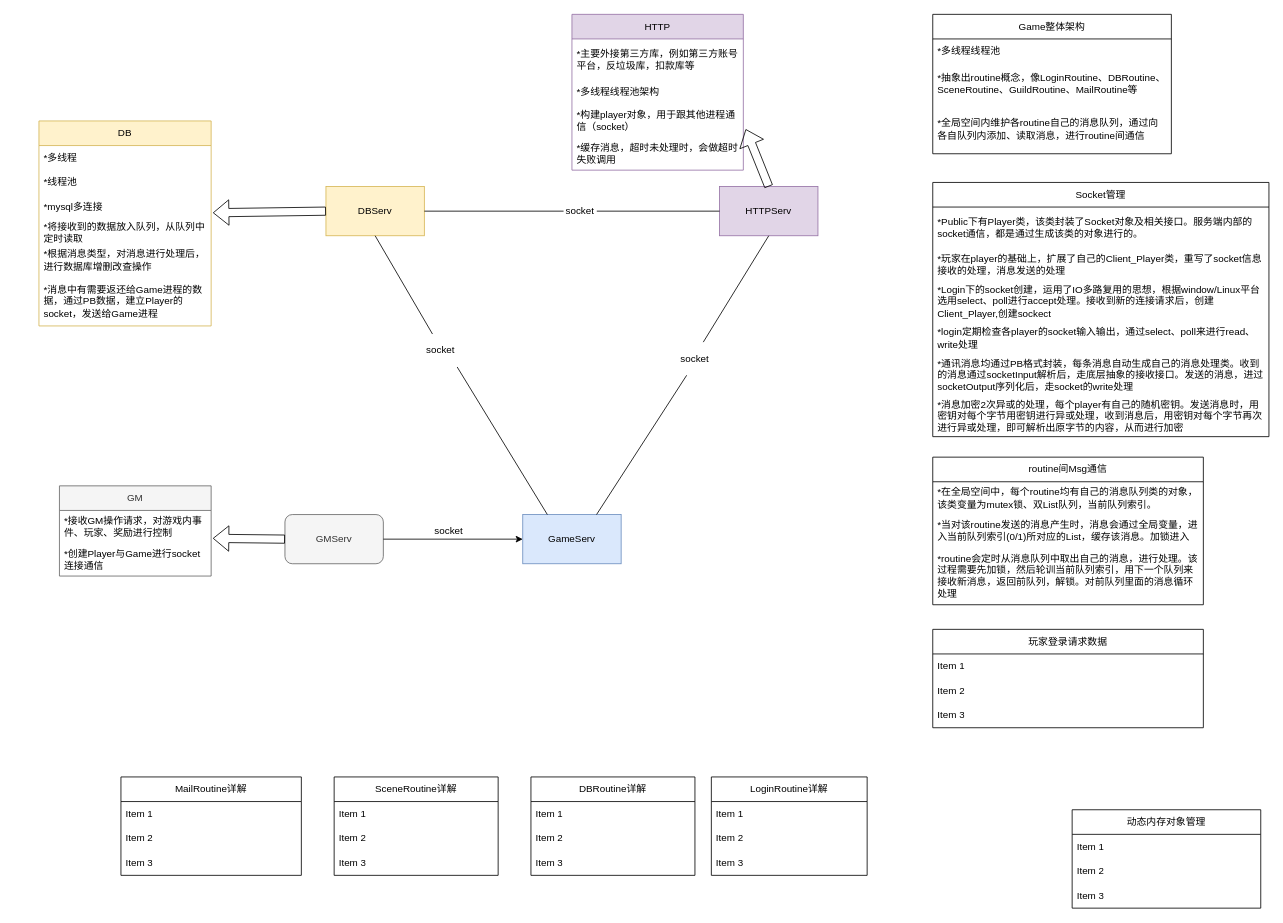
Earlier version of the draw.io diagram 未命名绘图.drawio (xaosonggang/pictures). Source tidied: cells renumbered, new cells numbered last; positions are measured from the earlier drawing's top-left corner, leaving out a move shared by most shapes. Both pictures are drawn from the tidied source at 82%, with x=0, y=0 at pixel (39, 14).
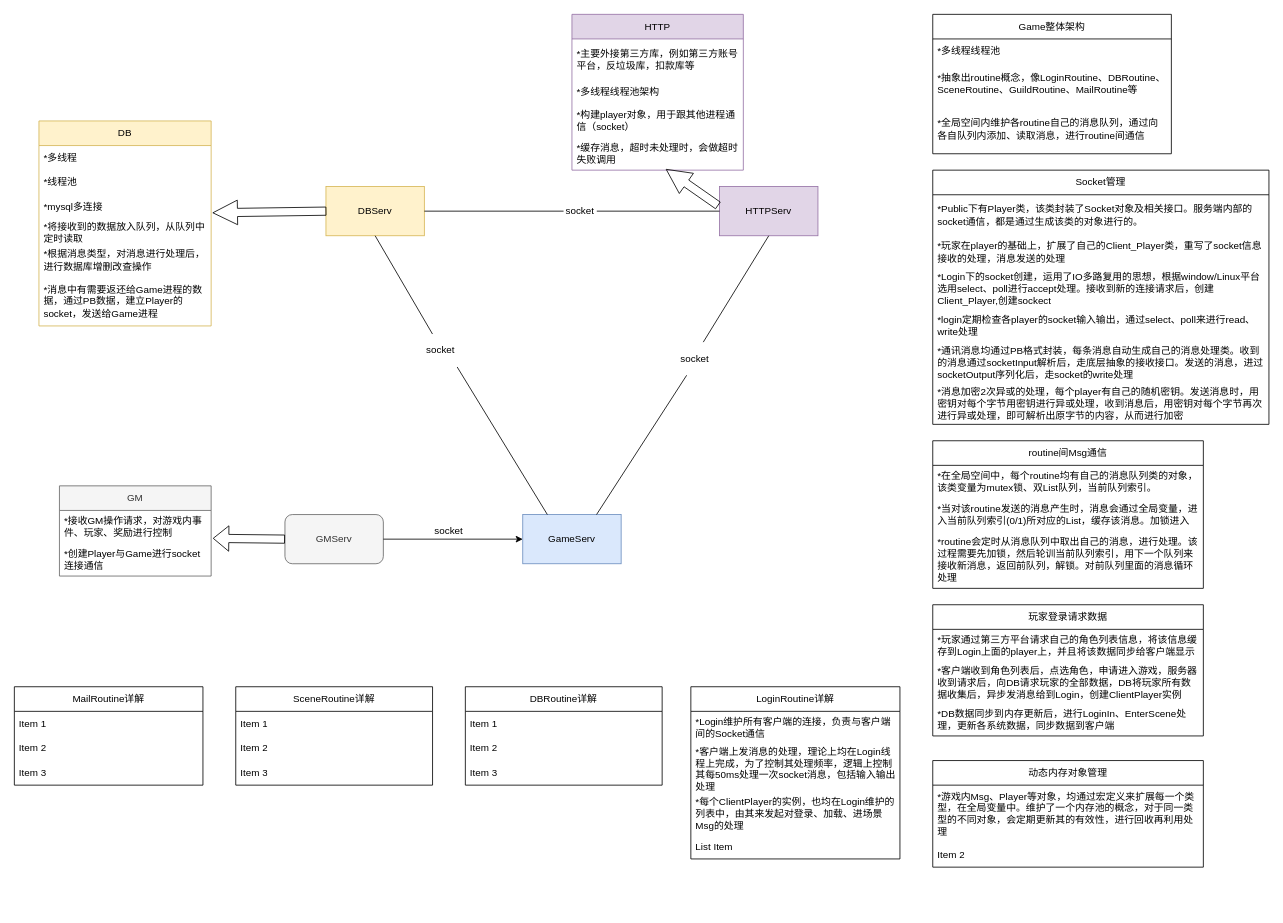
Above is the later version.

The change refers to these unchanged cells:
```xml
<mxCell id="3" value="DBServ" style="rounded=0;whiteSpace=wrap;html=1;fillColor=#fff2cc;strokeColor=#d6b656;" parent="1" vertex="1">
  <mxGeometry x="350" y="210" width="120" height="60" as="geometry" />
</mxCell>
<mxCell id="4" value="HTTPServ" style="rounded=0;whiteSpace=wrap;html=1;fillColor=#e1d5e7;strokeColor=#9673a6;" parent="1" vertex="1">
  <mxGeometry x="830" y="210" width="120" height="60" as="geometry" />
</mxCell>
<mxCell id="21" value="*构建player对象，用于跟其他进程通信（socket）" style="text;strokeColor=none;fillColor=none;align=left;verticalAlign=middle;spacingLeft=4;spacingRight=4;overflow=hidden;points=[[0,0.5],[1,0.5]];portConstraint=eastwest;whiteSpace=wrap;html=1;" parent="18" vertex="1">
  <mxGeometry y="110" width="209" height="40" as="geometry" />
</mxCell>
<mxCell id="22" value="*缓存消息，超时未处理时，会做超时失败调用" style="text;strokeColor=none;fillColor=none;align=left;verticalAlign=middle;spacingLeft=4;spacingRight=4;overflow=hidden;points=[[0,0.5],[1,0.5]];portConstraint=eastwest;whiteSpace=wrap;html=1;fontSize=12;fontFamily=Helvetica;fontColor=default;" parent="18" vertex="1">
  <mxGeometry y="150" width="209" height="40" as="geometry" />
</mxCell>
<mxCell id="26" value="*mysql多连接" style="text;strokeColor=none;fillColor=none;align=left;verticalAlign=middle;spacingLeft=4;spacingRight=4;overflow=hidden;points=[[0,0.5],[1,0.5]];portConstraint=eastwest;whiteSpace=wrap;html=1;fontSize=12;fontFamily=Helvetica;fontColor=default;" parent="23" vertex="1">
  <mxGeometry y="90" width="210" height="30" as="geometry" />
</mxCell>
```

What changed in the source:
```diff
@@
-    <mxCell id="17" style="shape=flexArrow;endArrow=classic;html=1;rounded=0;exitX=0;exitY=0.5;exitDx=0;exitDy=0;entryX=1.01;entryY=0.733;entryDx=0;entryDy=0;entryPerimeter=0;" parent="1" edge="1" source="3" target="26">
+    <mxCell id="17" style="shape=arrow;endArrow=classic;html=1;rounded=0;exitX=0;exitY=0.5;exitDx=0;exitDy=0;entryX=1.01;entryY=0.733;entryDx=0;entryDy=0;entryPerimeter=0;" parent="1" edge="1" source="3" target="26">
       <mxGeometry relative="1" as="geometry" />
     </mxCell>
@@
-    <mxCell id="30" style="shape=flexArrow;endArrow=classic;html=1;rounded=0;fontFamily=Helvetica;fontSize=12;fontColor=default;startSize=30;entryX=1.014;entryY=0.75;entryDx=0;entryDy=0;entryPerimeter=0;exitX=0.5;exitY=0;exitDx=0;exitDy=0;" parent="1" edge="1" source="4" target="21">
+    <mxCell id="30" style="shape=arrow;endArrow=classic;html=1;rounded=0;fontFamily=Helvetica;fontSize=12;fontColor=default;entryX=0.55;entryY=0.975;entryDx=0;entryDy=0;entryPerimeter=0;exitX=-0.017;exitY=0.383;exitDx=0;exitDy=0;exitPerimeter=0;" parent="1" edge="1" source="4" target="22">
       <mxGeometry relative="1" as="geometry" />
     </mxCell>
@@
     <mxCell id="35" value="Socket管理" style="swimlane;fontStyle=0;horizontal=1;startSize=30;whiteSpace=wrap;html=1;strokeColor=default;fontFamily=Helvetica;fontSize=12;fontColor=default;fillColor=default;" parent="1" vertex="1">
-      <mxGeometry x="1090" y="205" width="410" height="310" as="geometry" />
+      <mxGeometry x="1090" y="190" width="410" height="310" as="geometry" />
     </mxCell>
@@
     <mxCell id="42" value="routine间Msg通信" style="swimlane;fontStyle=0;horizontal=1;startSize=30;whiteSpace=wrap;html=1;strokeColor=default;fontFamily=Helvetica;fontSize=12;fontColor=default;fillColor=default;" parent="1" vertex="1">
-      <mxGeometry x="1090" y="540" width="330" height="180" as="geometry" />
+      <mxGeometry x="1090" y="520" width="330" height="180" as="geometry" />
     </mxCell>
@@
     <mxCell id="46" value="玩家登录请求数据" style="swimlane;fontStyle=0;horizontal=1;startSize=30;whiteSpace=wrap;html=1;strokeColor=default;fontFamily=Helvetica;fontSize=12;fontColor=default;fillColor=default;" parent="1" vertex="1">
-      <mxGeometry x="1090" y="750" width="330" height="120" as="geometry" />
+      <mxGeometry x="1090" y="720" width="330" height="160" as="geometry" />
     </mxCell>
-    <mxCell id="47" value="Item 1" style="text;strokeColor=none;fillColor=none;align=left;verticalAlign=middle;spacingLeft=4;spacingRight=4;overflow=hidden;whiteSpace=wrap;html=1;fontSize=12;fontFamily=Helvetica;fontColor=default;" parent="46" vertex="1">
-      <mxGeometry y="30" width="330" height="30" as="geometry" />
+    <mxCell id="47" value="*玩家通过第三方平台请求自己的角色列表信息，将该信息缓存到Login上面的player上，并且将该数据同步给客户端显示" style="text;strokeColor=none;fillColor=none;align=left;verticalAlign=middle;spacingLeft=4;spacingRight=4;overflow=hidden;whiteSpace=wrap;html=1;fontSize=12;fontFamily=Helvetica;fontColor=default;" parent="46" vertex="1">
+      <mxGeometry y="30" width="330" height="40" as="geometry" />
     </mxCell>
-    <mxCell id="48" value="Item 2" style="text;strokeColor=none;fillColor=none;align=left;verticalAlign=middle;spacingLeft=4;spacingRight=4;overflow=hidden;whiteSpace=wrap;html=1;fontSize=12;fontFamily=Helvetica;fontColor=default;" parent="46" vertex="1">
-      <mxGeometry y="60" width="330" height="30" as="geometry" />
+    <mxCell id="48" value="*客户端收到角色列表后，点选角色，申请进入游戏，服务器收到请求后，向DB请求玩家的全部数据，DB将玩家所有数据收集后，异步发消息给到Login，创建ClientPlayer实例" style="text;strokeColor=none;fillColor=none;align=left;verticalAlign=middle;spacingLeft=4;spacingRight=4;overflow=hidden;whiteSpace=wrap;html=1;fontSize=12;fontFamily=Helvetica;fontColor=default;" parent="46" vertex="1">
+      <mxGeometry y="70" width="330" height="50" as="geometry" />
     </mxCell>
-    <mxCell id="49" value="Item 3" style="text;strokeColor=none;fillColor=none;align=left;verticalAlign=middle;spacingLeft=4;spacingRight=4;overflow=hidden;whiteSpace=wrap;html=1;fontSize=12;fontFamily=Helvetica;fontColor=default;" parent="46" vertex="1">
-      <mxGeometry y="90" width="330" height="30" as="geometry" />
+    <mxCell id="49" value="*DB数据同步到内存更新后，进行LoginIn、EnterScene处理，更新各系统数据，同步数据到客户端" style="text;strokeColor=none;fillColor=none;align=left;verticalAlign=middle;spacingLeft=4;spacingRight=4;overflow=hidden;whiteSpace=wrap;html=1;fontSize=12;fontFamily=Helvetica;fontColor=default;" parent="46" vertex="1">
+      <mxGeometry y="120" width="330" height="40" as="geometry" />
     </mxCell>
     <mxCell id="50" value="动态内存对象管理" style="swimlane;fontStyle=0;horizontal=1;startSize=30;whiteSpace=wrap;html=1;strokeColor=default;fontFamily=Helvetica;fontSize=12;fontColor=default;fillColor=default;" parent="1" vertex="1">
-      <mxGeometry x="1260" y="970" width="230" height="120" as="geometry" />
+      <mxGeometry x="1090" y="910" width="330" height="130" as="geometry" />
     </mxCell>
-    <mxCell id="51" value="Item 1" style="text;strokeColor=none;fillColor=none;align=left;verticalAlign=middle;spacingLeft=4;spacingRight=4;overflow=hidden;whiteSpace=wrap;html=1;fontSize=12;fontFamily=Helvetica;fontColor=default;" parent="50" vertex="1">
-      <mxGeometry y="30" width="230" height="30" as="geometry" />
+    <mxCell id="51" value="*游戏内Msg、Player等对象，均通过宏定义来扩展每一个类型，在全局变量中。维护了一个内存池的概念，对于同一类型的不同对象，会定期更新其的有效性，进行回收再利用处理" style="text;strokeColor=none;fillColor=none;align=left;verticalAlign=middle;spacingLeft=4;spacingRight=4;overflow=hidden;whiteSpace=wrap;html=1;fontSize=12;fontFamily=Helvetica;fontColor=default;" parent="50" vertex="1">
+      <mxGeometry y="30" width="330" height="70" as="geometry" />
     </mxCell>
     <mxCell id="52" value="Item 2" style="text;strokeColor=none;fillColor=none;align=left;verticalAlign=middle;spacingLeft=4;spacingRight=4;overflow=hidden;whiteSpace=wrap;html=1;fontSize=12;fontFamily=Helvetica;fontColor=default;" parent="50" vertex="1">
-      <mxGeometry y="60" width="230" height="30" as="geometry" />
+      <mxGeometry y="100" width="330" height="30" as="geometry" />
     </mxCell>
-    <mxCell id="53" value="Item 3" style="text;strokeColor=none;fillColor=none;align=left;verticalAlign=middle;spacingLeft=4;spacingRight=4;overflow=hidden;whiteSpace=wrap;html=1;fontSize=12;fontFamily=Helvetica;fontColor=default;" parent="50" vertex="1">
-      <mxGeometry y="90" width="230" height="30" as="geometry" />
-    </mxCell>
@@
     <mxCell id="58" value="LoginRoutine详解" style="swimlane;fontStyle=0;horizontal=1;startSize=30;whiteSpace=wrap;html=1;strokeColor=default;fontFamily=Helvetica;fontSize=12;fontColor=default;fillColor=default;" parent="1" vertex="1">
-      <mxGeometry x="820" y="930" width="190" height="120" as="geometry" />
+      <mxGeometry x="795" y="820" width="255" height="210" as="geometry" />
     </mxCell>
-    <mxCell id="59" value="Item 1" style="text;strokeColor=none;fillColor=none;align=left;verticalAlign=middle;spacingLeft=4;spacingRight=4;overflow=hidden;whiteSpace=wrap;html=1;fontSize=12;fontFamily=Helvetica;fontColor=default;" parent="58" vertex="1">
-      <mxGeometry y="30" width="190" height="30" as="geometry" />
+    <mxCell id="59" value="*Login维护所有客户端的连接，负责与客户端间的Socket通信" style="text;strokeColor=none;fillColor=none;align=left;verticalAlign=middle;spacingLeft=4;spacingRight=4;overflow=hidden;whiteSpace=wrap;html=1;fontSize=12;fontFamily=Helvetica;fontColor=default;" parent="58" vertex="1">
+      <mxGeometry y="30" width="255" height="40" as="geometry" />
     </mxCell>
-    <mxCell id="60" value="Item 2" style="text;strokeColor=none;fillColor=none;align=left;verticalAlign=middle;spacingLeft=4;spacingRight=4;overflow=hidden;whiteSpace=wrap;html=1;fontSize=12;fontFamily=Helvetica;fontColor=default;" parent="58" vertex="1">
-      <mxGeometry y="60" width="190" height="30" as="geometry" />
+    <mxCell id="60" value="*客户端上发消息的处理，理论上均在Login线程上完成，为了控制其处理频率，逻辑上控制其每50ms处理一次socket消息，包括输入输出处理" style="text;strokeColor=none;fillColor=none;align=left;verticalAlign=middle;spacingLeft=4;spacingRight=4;overflow=hidden;whiteSpace=wrap;html=1;fontSize=12;fontFamily=Helvetica;fontColor=default;" parent="58" vertex="1">
+      <mxGeometry y="70" width="255" height="60" as="geometry" />
     </mxCell>
-    <mxCell id="61" value="Item 3" style="text;strokeColor=none;fillColor=none;align=left;verticalAlign=middle;spacingLeft=4;spacingRight=4;overflow=hidden;whiteSpace=wrap;html=1;fontSize=12;fontFamily=Helvetica;fontColor=default;" parent="58" vertex="1">
-      <mxGeometry y="90" width="190" height="30" as="geometry" />
+    <mxCell id="61" value="*每个ClientPlayer的实例，也均在Login维护的列表中，由其来发起对登录、加载、进场景Msg的处理" style="text;strokeColor=none;fillColor=none;align=left;verticalAlign=middle;spacingLeft=4;spacingRight=4;overflow=hidden;whiteSpace=wrap;html=1;fontSize=12;fontFamily=Helvetica;fontColor=default;" parent="58" vertex="1">
+      <mxGeometry y="130" width="255" height="50" as="geometry" />
     </mxCell>
+    <mxCell id="74" value="List Item" style="text;strokeColor=none;fillColor=none;align=left;verticalAlign=middle;spacingLeft=4;spacingRight=4;overflow=hidden;whiteSpace=wrap;html=1;" parent="58" vertex="1">
+      <mxGeometry y="180" width="255" height="30" as="geometry" />
+    </mxCell>
     <mxCell id="62" value="DBRoutine详解" style="swimlane;fontStyle=0;horizontal=1;startSize=30;whiteSpace=wrap;html=1;strokeColor=default;fontFamily=Helvetica;fontSize=12;fontColor=default;fillColor=default;" parent="1" vertex="1">
-      <mxGeometry x="600" y="930" width="200" height="120" as="geometry" />
+      <mxGeometry x="520" y="820" width="240" height="120" as="geometry" />
     </mxCell>
     <mxCell id="63" value="Item 1" style="text;strokeColor=none;fillColor=none;align=left;verticalAlign=middle;spacingLeft=4;spacingRight=4;overflow=hidden;whiteSpace=wrap;html=1;fontSize=12;fontFamily=Helvetica;fontColor=default;" parent="62" vertex="1">
-      <mxGeometry y="30" width="200" height="30" as="geometry" />
+      <mxGeometry y="30" width="240" height="30" as="geometry" />
     </mxCell>
     <mxCell id="64" value="Item 2" style="text;strokeColor=none;fillColor=none;align=left;verticalAlign=middle;spacingLeft=4;spacingRight=4;overflow=hidden;whiteSpace=wrap;html=1;fontSize=12;fontFamily=Helvetica;fontColor=default;" parent="62" vertex="1">
-      <mxGeometry y="60" width="200" height="30" as="geometry" />
+      <mxGeometry y="60" width="240" height="30" as="geometry" />
     </mxCell>
     <mxCell id="65" value="Item 3" style="text;strokeColor=none;fillColor=none;align=left;verticalAlign=middle;spacingLeft=4;spacingRight=4;overflow=hidden;whiteSpace=wrap;html=1;fontSize=12;fontFamily=Helvetica;fontColor=default;" parent="62" vertex="1">
-      <mxGeometry y="90" width="200" height="30" as="geometry" />
+      <mxGeometry y="90" width="240" height="30" as="geometry" />
     </mxCell>
     <mxCell id="66" value="SceneRoutine详解" style="swimlane;fontStyle=0;horizontal=1;startSize=30;whiteSpace=wrap;html=1;strokeColor=default;fontFamily=Helvetica;fontSize=12;fontColor=default;fillColor=default;" parent="1" vertex="1">
-      <mxGeometry x="360" y="930" width="200" height="120" as="geometry" />
+      <mxGeometry x="240" y="820" width="240" height="120" as="geometry" />
     </mxCell>
     <mxCell id="67" value="Item 1" style="text;strokeColor=none;fillColor=none;align=left;verticalAlign=middle;spacingLeft=4;spacingRight=4;overflow=hidden;whiteSpace=wrap;html=1;fontSize=12;fontFamily=Helvetica;fontColor=default;" parent="66" vertex="1">
-      <mxGeometry y="30" width="200" height="30" as="geometry" />
+      <mxGeometry y="30" width="240" height="30" as="geometry" />
     </mxCell>
     <mxCell id="68" value="Item 2" style="text;strokeColor=none;fillColor=none;align=left;verticalAlign=middle;spacingLeft=4;spacingRight=4;overflow=hidden;whiteSpace=wrap;html=1;fontSize=12;fontFamily=Helvetica;fontColor=default;" parent="66" vertex="1">
-      <mxGeometry y="60" width="200" height="30" as="geometry" />
+      <mxGeometry y="60" width="240" height="30" as="geometry" />
     </mxCell>
     <mxCell id="69" value="Item 3" style="text;strokeColor=none;fillColor=none;align=left;verticalAlign=middle;spacingLeft=4;spacingRight=4;overflow=hidden;whiteSpace=wrap;html=1;fontSize=12;fontFamily=Helvetica;fontColor=default;" parent="66" vertex="1">
-      <mxGeometry y="90" width="200" height="30" as="geometry" />
+      <mxGeometry y="90" width="240" height="30" as="geometry" />
     </mxCell>
     <mxCell id="70" value="MailRoutine详解" style="swimlane;fontStyle=0;horizontal=1;startSize=30;whiteSpace=wrap;html=1;strokeColor=default;fontFamily=Helvetica;fontSize=12;fontColor=default;fillColor=default;" parent="1" vertex="1">
-      <mxGeometry x="100" y="930" width="220" height="120" as="geometry" />
+      <mxGeometry x="-30" y="820" width="230" height="120" as="geometry" />
     </mxCell>
     <mxCell id="71" value="Item 1" style="text;strokeColor=none;fillColor=none;align=left;verticalAlign=middle;spacingLeft=4;spacingRight=4;overflow=hidden;whiteSpace=wrap;html=1;fontSize=12;fontFamily=Helvetica;fontColor=default;" parent="70" vertex="1">
-      <mxGeometry y="30" width="220" height="30" as="geometry" />
+      <mxGeometry y="30" width="230" height="30" as="geometry" />
     </mxCell>
     <mxCell id="72" value="Item 2" style="text;strokeColor=none;fillColor=none;align=left;verticalAlign=middle;spacingLeft=4;spacingRight=4;overflow=hidden;whiteSpace=wrap;html=1;fontSize=12;fontFamily=Helvetica;fontColor=default;" parent="70" vertex="1">
-      <mxGeometry y="60" width="220" height="30" as="geometry" />
+      <mxGeometry y="60" width="230" height="30" as="geometry" />
     </mxCell>
     <mxCell id="73" value="Item 3" style="text;strokeColor=none;fillColor=none;align=left;verticalAlign=middle;spacingLeft=4;spacingRight=4;overflow=hidden;whiteSpace=wrap;html=1;fontSize=12;fontFamily=Helvetica;fontColor=default;" parent="70" vertex="1">
-      <mxGeometry y="90" width="220" height="30" as="geometry" />
+      <mxGeometry y="90" width="230" height="30" as="geometry" />
     </mxCell>
```
